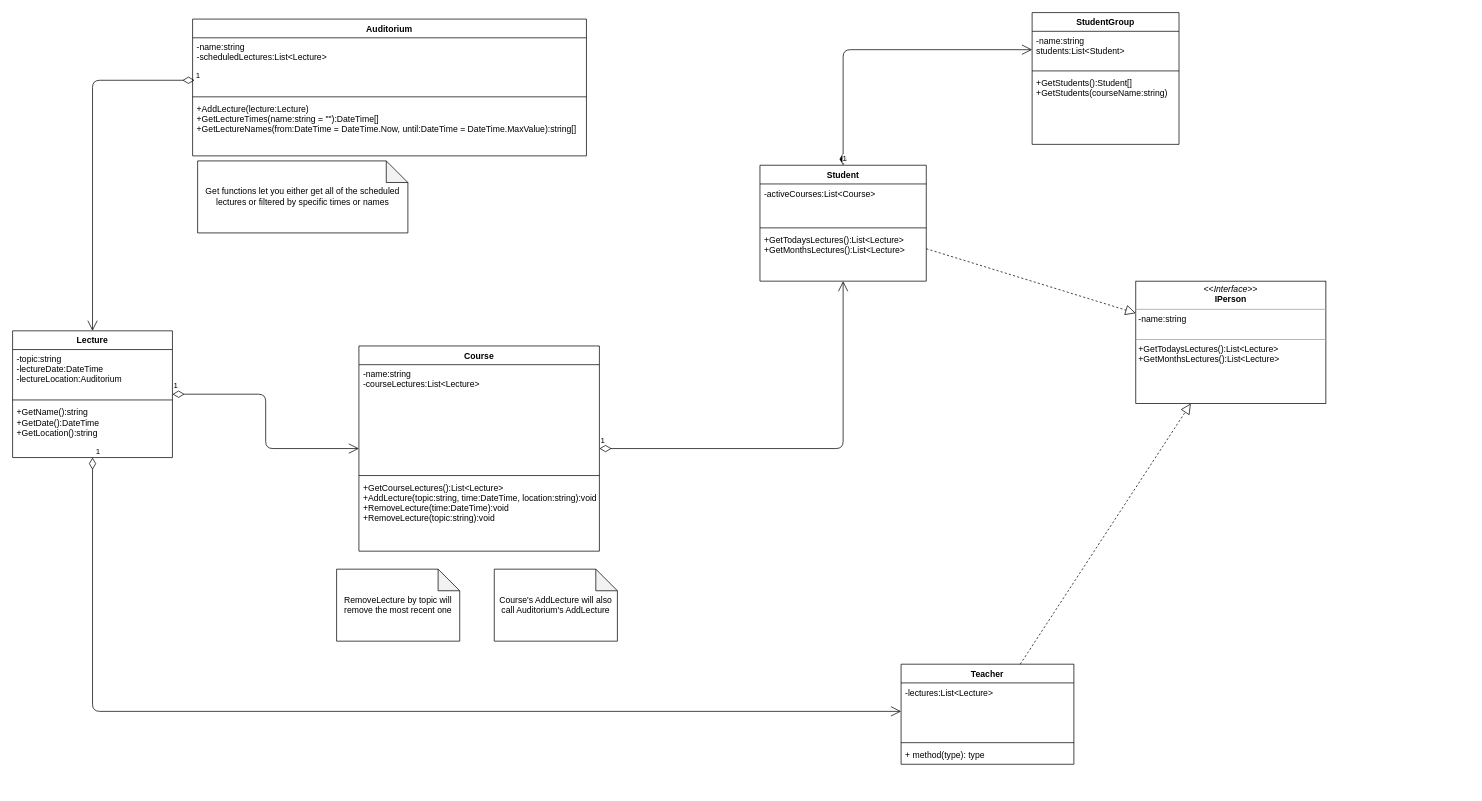
The draw.io diagram University.drawio in igor2080/University, before the edit. Source tidied: cells renumbered, new cells numbered last; positions are measured from the earlier drawing's top-left corner, leaving out a move shared by most shapes. Both pictures are drawn from the tidied source at 72%, with x=0, y=0 at pixel (12, 12).
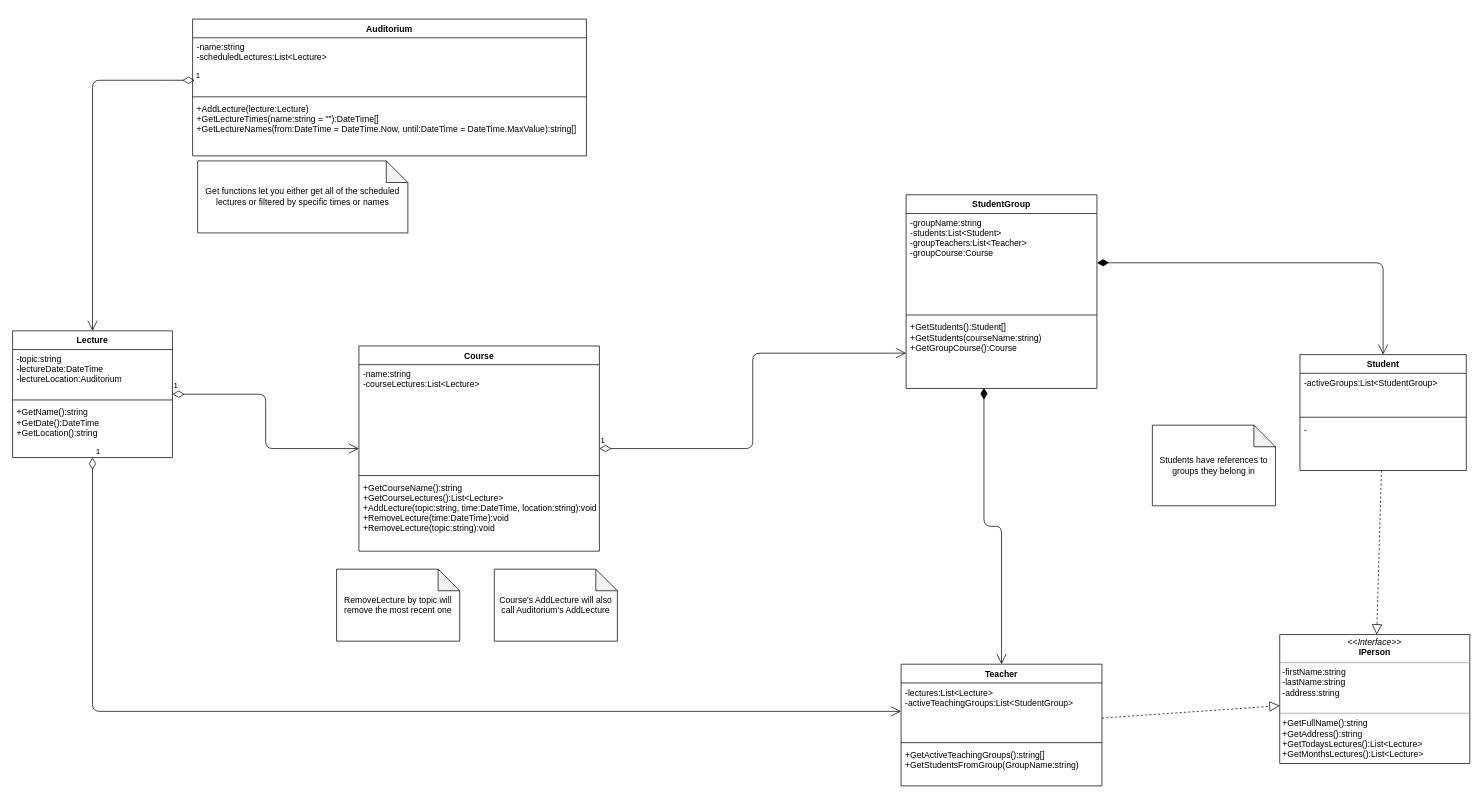
After the change.

Commit message (it also covers changes not shown here):
changed student group logic, added address

The change refers to these unchanged cells:
```xml
<mxCell id="6" value="Course" style="swimlane;fontStyle=1;align=center;verticalAlign=top;horizontal=1;startSize=26;" parent="1" vertex="1">
  <mxGeometry x="481" y="463" width="334" height="285" as="geometry" />
</mxCell>
```

Change to the diagram source:
```diff
@@
     <mxCell id="2" value="Student" style="swimlane;fontStyle=1;align=center;verticalAlign=top;horizontal=1;startSize=26;" parent="1" vertex="1">
-      <mxGeometry x="1038" y="212" width="231" height="161" as="geometry" />
+      <mxGeometry x="1788" y="475" width="231" height="161" as="geometry" />
     </mxCell>
-    <mxCell id="3" value="-activeCourses:List&lt;Course&gt;" style="text;strokeColor=none;fillColor=none;align=left;verticalAlign=top;spacingLeft=4;spacingRight=4;overflow=hidden;" parent="2" vertex="1">
+    <mxCell id="3" value="-activeGroups:List&lt;StudentGroup&gt;" style="text;strokeColor=none;fillColor=none;align=left;verticalAlign=top;spacingLeft=4;spacingRight=4;overflow=hidden;" parent="2" vertex="1">
       <mxGeometry y="26" width="231" height="57" as="geometry" />
     </mxCell>
@@
-    <mxCell id="5" value="+GetTodaysLectures():List&lt;Lecture&gt;&#10;+GetMonthsLectures():List&lt;Lecture&gt;" style="text;strokeColor=none;fillColor=none;align=left;verticalAlign=top;spacingLeft=4;spacingRight=4;overflow=hidden;" parent="2" vertex="1">
+    <mxCell id="5" value="-" style="text;strokeColor=none;fillColor=none;align=left;verticalAlign=top;spacingLeft=4;spacingRight=4;overflow=hidden;" parent="2" vertex="1">
       <mxGeometry y="91" width="231" height="70" as="geometry" />
     </mxCell>
@@
-    <mxCell id="9" value="+GetCourseLectures():List&lt;Lecture&gt;&#10;+AddLecture(topic:string, time:DateTime, location:string):void&#10;+RemoveLecture(time:DateTime):void&#10;+RemoveLecture(topic:string):void" style="text;strokeColor=none;fillColor=none;align=left;verticalAlign=top;spacingLeft=4;spacingRight=4;overflow=hidden;" parent="6" vertex="1">
+    <mxCell id="9" value="+GetCourseName():string&#10;+GetCourseLectures():List&lt;Lecture&gt;&#10;+AddLecture(topic:string, time:DateTime, location:string):void&#10;+RemoveLecture(time:DateTime):void&#10;+RemoveLecture(topic:string):void" style="text;strokeColor=none;fillColor=none;align=left;verticalAlign=top;spacingLeft=4;spacingRight=4;overflow=hidden;" parent="6" vertex="1">
       <mxGeometry y="184" width="334" height="101" as="geometry" />
     </mxCell>
@@
-    <mxCell id="19" value="1" style="endArrow=open;html=1;endSize=12;startArrow=diamondThin;startSize=14;startFill=0;edgeStyle=orthogonalEdgeStyle;align=left;verticalAlign=bottom;" parent="1" edge="1" source="6" target="2">
-      <mxGeometry x="-1" y="3" relative="1" as="geometry" />
-    </mxCell>
@@
     <mxCell id="24" value="Teacher" style="swimlane;fontStyle=1;align=center;verticalAlign=top;horizontal=1;startSize=26;" parent="1" vertex="1">
-      <mxGeometry x="1234" y="905" width="240" height="139" as="geometry" />
+      <mxGeometry x="1234" y="905" width="279" height="169" as="geometry" />
     </mxCell>
-    <mxCell id="25" value="-lectures:List&lt;Lecture&gt;" style="text;strokeColor=none;fillColor=none;align=left;verticalAlign=top;spacingLeft=4;spacingRight=4;overflow=hidden;points=[[0,0.5],[1,0.5]];portConstraint=eastwest;" parent="24" vertex="1">
-      <mxGeometry y="26" width="240" height="79" as="geometry" />
+    <mxCell id="25" value="-lectures:List&lt;Lecture&gt;&#10;-activeTeachingGroups:List&lt;StudentGroup&gt;" style="text;strokeColor=none;fillColor=none;align=left;verticalAlign=top;spacingLeft=4;spacingRight=4;overflow=hidden;points=[[0,0.5],[1,0.5]];portConstraint=eastwest;" parent="24" vertex="1">
+      <mxGeometry y="26" width="279" height="79" as="geometry" />
     </mxCell>
     <mxCell id="26" style="line;strokeWidth=1;fillColor=none;align=left;verticalAlign=middle;spacingTop=-1;spacingLeft=3;spacingRight=3;labelPosition=right;" parent="24" vertex="1">
-      <mxGeometry y="105" width="240" height="8" as="geometry" />
+      <mxGeometry y="105" width="279" height="8" as="geometry" />
     </mxCell>
-    <mxCell id="27" value="+ method(type): type" style="text;strokeColor=none;fillColor=none;align=left;verticalAlign=top;spacingLeft=4;spacingRight=4;overflow=hidden;" parent="24" vertex="1">
-      <mxGeometry y="113" width="240" height="26" as="geometry" />
+    <mxCell id="27" value="+GetActiveTeachingGroups():string[]&#10;+GetStudentsFromGroup(GroupName:string)" style="text;strokeColor=none;fillColor=none;align=left;verticalAlign=top;spacingLeft=4;spacingRight=4;overflow=hidden;" parent="24" vertex="1">
+      <mxGeometry y="113" width="279" height="56" as="geometry" />
     </mxCell>
-    <mxCell id="28" value="&lt;p style=&quot;margin: 0px ; margin-top: 4px ; text-align: center&quot;&gt;&lt;i&gt;&amp;lt;&amp;lt;Interface&amp;gt;&amp;gt;&lt;/i&gt;&lt;br&gt;&lt;b&gt;IPerson&lt;/b&gt;&lt;/p&gt;&lt;hr size=&quot;1&quot;&gt;&lt;p style=&quot;margin: 0px ; margin-left: 4px&quot;&gt;-name:string&lt;br&gt;&lt;br&gt;&lt;/p&gt;&lt;hr size=&quot;1&quot;&gt;&lt;p style=&quot;margin: 0px ; margin-left: 4px&quot;&gt;+GetTodaysLectures():List&amp;lt;Lecture&amp;gt;&lt;br style=&quot;padding: 0px ; margin: 0px&quot;&gt;+GetMonthsLectures():List&amp;lt;Lecture&amp;gt;&lt;br&gt;&lt;/p&gt;" style="verticalAlign=top;align=left;overflow=fill;fontSize=12;fontFamily=Helvetica;html=1;" parent="1" vertex="1">
-      <mxGeometry x="1560" y="373" width="264" height="170" as="geometry" />
+    <mxCell id="28" value="&lt;p style=&quot;margin: 0px ; margin-top: 4px ; text-align: center&quot;&gt;&lt;i&gt;&amp;lt;&amp;lt;Interface&amp;gt;&amp;gt;&lt;/i&gt;&lt;br&gt;&lt;b&gt;IPerson&lt;/b&gt;&lt;/p&gt;&lt;hr size=&quot;1&quot;&gt;&lt;p style=&quot;margin: 0px ; margin-left: 4px&quot;&gt;-firstName:string&lt;br&gt;-lastName:string&lt;br&gt;-address:string&lt;br&gt;&lt;br&gt;&lt;/p&gt;&lt;hr size=&quot;1&quot;&gt;&lt;p style=&quot;margin: 0px ; margin-left: 4px&quot;&gt;&lt;span&gt;+GetFullName():string&lt;/span&gt;&lt;br&gt;&lt;/p&gt;&lt;p style=&quot;margin: 0px ; margin-left: 4px&quot;&gt;+GetAddress():string&lt;/p&gt;&lt;p style=&quot;margin: 0px ; margin-left: 4px&quot;&gt;+GetTodaysLectures():List&amp;lt;Lecture&amp;gt;&lt;br style=&quot;padding: 0px ; margin: 0px&quot;&gt;+GetMonthsLectures():List&amp;lt;Lecture&amp;gt;&lt;br&gt;&lt;br&gt;&lt;/p&gt;" style="verticalAlign=top;align=left;overflow=fill;fontSize=12;fontFamily=Helvetica;html=1;" parent="1" vertex="1">
+      <mxGeometry x="1760" y="864" width="264" height="179" as="geometry" />
     </mxCell>
@@
     <mxCell id="32" value="StudentGroup" style="swimlane;fontStyle=1;align=center;verticalAlign=top;horizontal=1;startSize=26;" parent="1" vertex="1">
-      <mxGeometry x="1416" width="204" height="183" as="geometry" />
+      <mxGeometry x="1241" y="253" width="265" height="269" as="geometry" />
     </mxCell>
-    <mxCell id="33" value="-name:string&#10;students:List&lt;Student&gt;" style="text;strokeColor=none;fillColor=none;align=left;verticalAlign=top;spacingLeft=4;spacingRight=4;overflow=hidden;points=[[0,0.5],[1,0.5]];portConstraint=eastwest;" parent="32" vertex="1">
-      <mxGeometry y="26" width="204" height="51" as="geometry" />
+    <mxCell id="33" value="-groupName:string&#10;-students:List&lt;Student&gt;&#10;-groupTeachers:List&lt;Teacher&gt;&#10;-groupCourse:Course" style="text;strokeColor=none;fillColor=none;align=left;verticalAlign=top;spacingLeft=4;spacingRight=4;overflow=hidden;points=[[0,0.5],[1,0.5]];portConstraint=eastwest;" parent="32" vertex="1">
+      <mxGeometry y="26" width="265" height="137" as="geometry" />
     </mxCell>
     <mxCell id="34" style="line;strokeWidth=1;fillColor=none;align=left;verticalAlign=middle;spacingTop=-1;spacingLeft=3;spacingRight=3;labelPosition=right;" parent="32" vertex="1">
-      <mxGeometry y="77" width="204" height="8" as="geometry" />
+      <mxGeometry y="163" width="265" height="8" as="geometry" />
     </mxCell>
-    <mxCell id="35" value="+GetStudents():Student[]&#10;+GetStudents(courseName:string)&#10;" style="text;strokeColor=none;fillColor=none;align=left;verticalAlign=top;spacingLeft=4;spacingRight=4;overflow=hidden;points=[[0,0.5],[1,0.5]];portConstraint=eastwest;" parent="32" vertex="1">
-      <mxGeometry y="85" width="204" height="98" as="geometry" />
+    <mxCell id="35" value="+GetStudents():Student[]&#10;+GetStudents(courseName:string)&#10;+GetGroupCourse():Course&#10;&#10;" style="text;strokeColor=none;fillColor=none;align=left;verticalAlign=top;spacingLeft=4;spacingRight=4;overflow=hidden;points=[[0,0.5],[1,0.5]];portConstraint=eastwest;" parent="32" vertex="1">
+      <mxGeometry y="171" width="265" height="98" as="geometry" />
     </mxCell>
-    <mxCell id="36" value="1" style="endArrow=open;html=1;endSize=12;startArrow=diamondThin;startSize=14;startFill=1;edgeStyle=orthogonalEdgeStyle;align=left;verticalAlign=bottom;entryX=0;entryY=0.5;entryDx=0;entryDy=0;" parent="1" edge="1" source="2" target="33">
-      <mxGeometry x="-1" y="3" relative="1" as="geometry" />
-    </mxCell>
+    <mxCell id="37" value="Students have references to groups they belong in" style="shape=note;whiteSpace=wrap;html=1;backgroundOutline=1;darkOpacity=0.05;" parent="1" vertex="1">
+      <mxGeometry x="1583" y="573" width="171" height="112" as="geometry" />
+    </mxCell>
+    <mxCell id="19" value="1" style="endArrow=open;html=1;endSize=12;startArrow=diamondThin;startSize=14;startFill=0;edgeStyle=orthogonalEdgeStyle;align=left;verticalAlign=bottom;" parent="1" edge="1" source="6" target="35">
+      <mxGeometry x="-1" y="3" relative="1" as="geometry" />
+    </mxCell>
+    <mxCell id="38" style="endArrow=open;html=1;endSize=12;startArrow=diamondThin;startSize=14;startFill=1;edgeStyle=orthogonalEdgeStyle;align=left;verticalAlign=bottom;" parent="1" edge="1" source="33" target="2">
+      <mxGeometry x="-1" y="3" relative="1" as="geometry" />
+    </mxCell>
+    <mxCell id="39" style="endArrow=open;html=1;endSize=12;startArrow=diamondThin;startSize=14;startFill=1;edgeStyle=orthogonalEdgeStyle;align=left;verticalAlign=bottom;exitX=0.408;exitY=0.99;exitDx=0;exitDy=0;exitPerimeter=0;" parent="1" edge="1" source="35" target="24">
+      <mxGeometry x="-1" y="3" relative="1" as="geometry" />
+    </mxCell>
```
